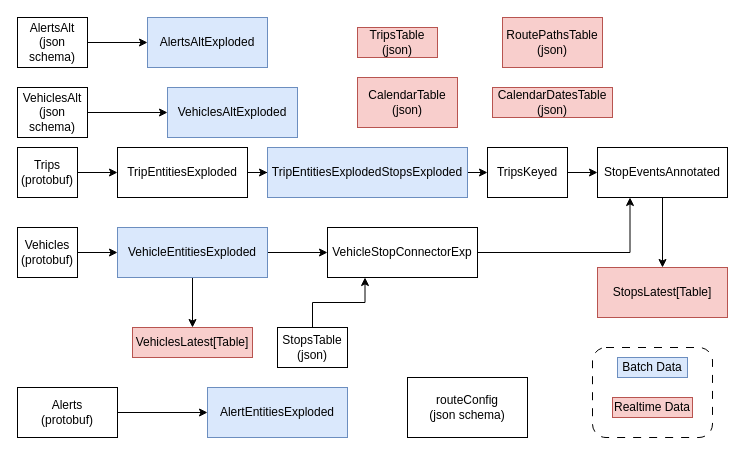
This is Documentation/Models/ksql_tables.drawio from ResourceDataInc/TransportationHub, a draw.io file, before an edit. Source tidied: cells renumbered, new cells numbered last; positions are measured from the earlier drawing's top-left corner, leaving out a move shared by most shapes. Both pictures are drawn from the tidied source at 100%, with x=0, y=0 at pixel (17, 17).
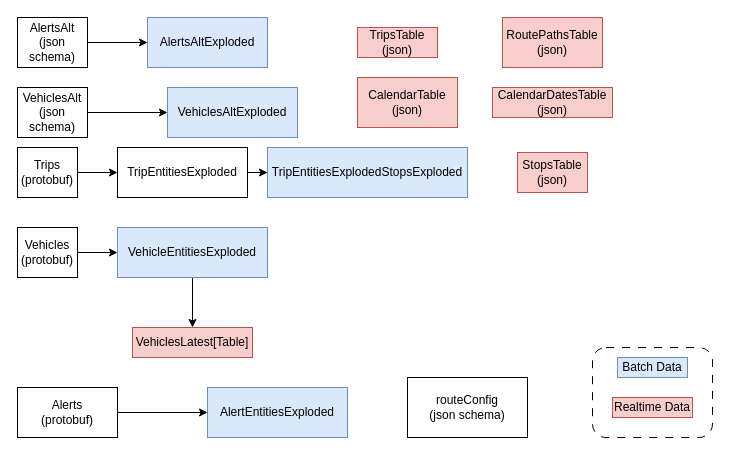
The same diagram, later.

The change refers to these unchanged cells:
```xml
<mxCell id="12" value="VehicleEntitiesExploded" style="rounded=0;whiteSpace=wrap;html=1;fillColor=#dae8fc;strokeColor=#6c8ebf;" parent="1" vertex="1">
  <mxGeometry x="100" y="210" width="150" height="50" as="geometry" />
</mxCell>
<mxCell id="28" value="TripEntitiesExplodedStopsExploded" style="rounded=0;whiteSpace=wrap;html=1;fillColor=#dae8fc;strokeColor=#6c8ebf;" parent="1" vertex="1">
  <mxGeometry x="250" y="130" width="200" height="50" as="geometry" />
</mxCell>
```

The edit, as a diff of the source:
```diff
@@
-    <mxCell id="5" style="edgeStyle=orthogonalEdgeStyle;rounded=0;jettySize=auto;html=1;exitX=1;exitY=0.5;exitDx=0;exitDy=0;entryX=0;entryY=0.5;entryDx=0;entryDy=0;" parent="1" edge="1" source="6" target="30">
-      <mxGeometry relative="1" as="geometry" />
-    </mxCell>
-    <mxCell id="6" value="TripsKeyed" style="rounded=0;whiteSpace=wrap;html=1;" parent="1" vertex="1">
-      <mxGeometry x="470" y="130" width="80" height="50" as="geometry" />
-    </mxCell>
@@
-    <mxCell id="10" style="edgeStyle=orthogonalEdgeStyle;rounded=0;jettySize=auto;html=1;exitX=1;exitY=0.5;exitDx=0;exitDy=0;entryX=0;entryY=0.5;entryDx=0;entryDy=0;" parent="1" edge="1" source="12" target="16">
-      <mxGeometry relative="1" as="geometry" />
-    </mxCell>
@@
-    <mxCell id="13" style="edgeStyle=orthogonalEdgeStyle;rounded=0;jettySize=auto;html=1;exitX=0.5;exitY=0;exitDx=0;exitDy=0;entryX=0.25;entryY=1;entryDx=0;entryDy=0;" parent="1" edge="1" source="14" target="16">
-      <mxGeometry relative="1" as="geometry" />
-    </mxCell>
-    <mxCell id="14" value="StopsTable&lt;br&gt;(json)" style="rounded=0;whiteSpace=wrap;html=1;" parent="1" vertex="1">
-      <mxGeometry x="260" y="310" width="70" height="40" as="geometry" />
+    <mxCell id="14" value="StopsTable&lt;br&gt;(json)" style="rounded=0;whiteSpace=wrap;html=1;fillColor=#f8cecc;strokeColor=#b85450;" parent="1" vertex="1">
+      <mxGeometry x="500" y="135" width="70" height="40" as="geometry" />
     </mxCell>
-    <mxCell id="15" style="edgeStyle=orthogonalEdgeStyle;rounded=0;jettySize=auto;html=1;exitX=1;exitY=0.5;exitDx=0;exitDy=0;entryX=0.25;entryY=1;entryDx=0;entryDy=0;" parent="1" edge="1" source="16" target="30">
-      <mxGeometry relative="1" as="geometry" />
-    </mxCell>
-    <mxCell id="16" value="VehicleStopConnectorExp" style="rounded=0;whiteSpace=wrap;html=1;" parent="1" vertex="1">
-      <mxGeometry x="310" y="210" width="150" height="50" as="geometry" />
-    </mxCell>
@@
-    <mxCell id="27" style="edgeStyle=orthogonalEdgeStyle;rounded=0;jettySize=auto;html=1;exitX=1;exitY=0.5;exitDx=0;exitDy=0;entryX=0;entryY=0.5;entryDx=0;entryDy=0;" parent="1" edge="1" source="28" target="6">
-      <mxGeometry relative="1" as="geometry" />
-    </mxCell>
@@
-    <mxCell id="29" style="edgeStyle=orthogonalEdgeStyle;rounded=0;jettySize=auto;html=1;exitX=0.5;exitY=1;exitDx=0;exitDy=0;entryX=0.5;entryY=0;entryDx=0;entryDy=0;" parent="1" edge="1" source="30" target="31">
-      <mxGeometry relative="1" as="geometry" />
-    </mxCell>
-    <mxCell id="30" value="StopEventsAnnotated" style="rounded=0;whiteSpace=wrap;html=1;" parent="1" vertex="1">
-      <mxGeometry x="580" y="130" width="130" height="50" as="geometry" />
-    </mxCell>
-    <mxCell id="31" value="StopsLatest[Table]" style="rounded=0;whiteSpace=wrap;html=1;fillColor=#f8cecc;strokeColor=#b85450;" parent="1" vertex="1">
-      <mxGeometry x="580" y="250" width="130" height="50" as="geometry" />
-    </mxCell>
```
